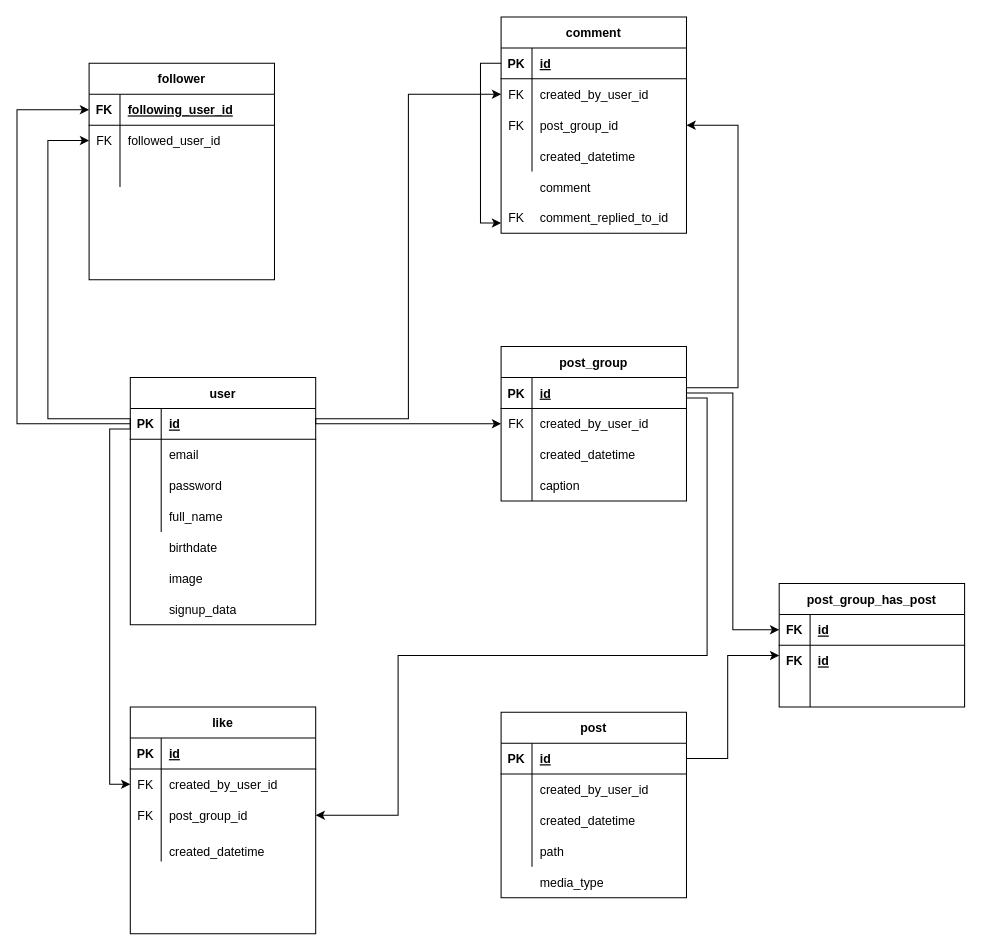
This is diagram.drawio from pok9/instargram, a draw.io file, before an edit. Source tidied: cells renumbered, new cells numbered last; positions are measured from the earlier drawing's top-left corner, leaving out a move shared by most shapes. Both pictures are drawn from the tidied source at 103%, with x=0, y=0 at pixel (16, 16).
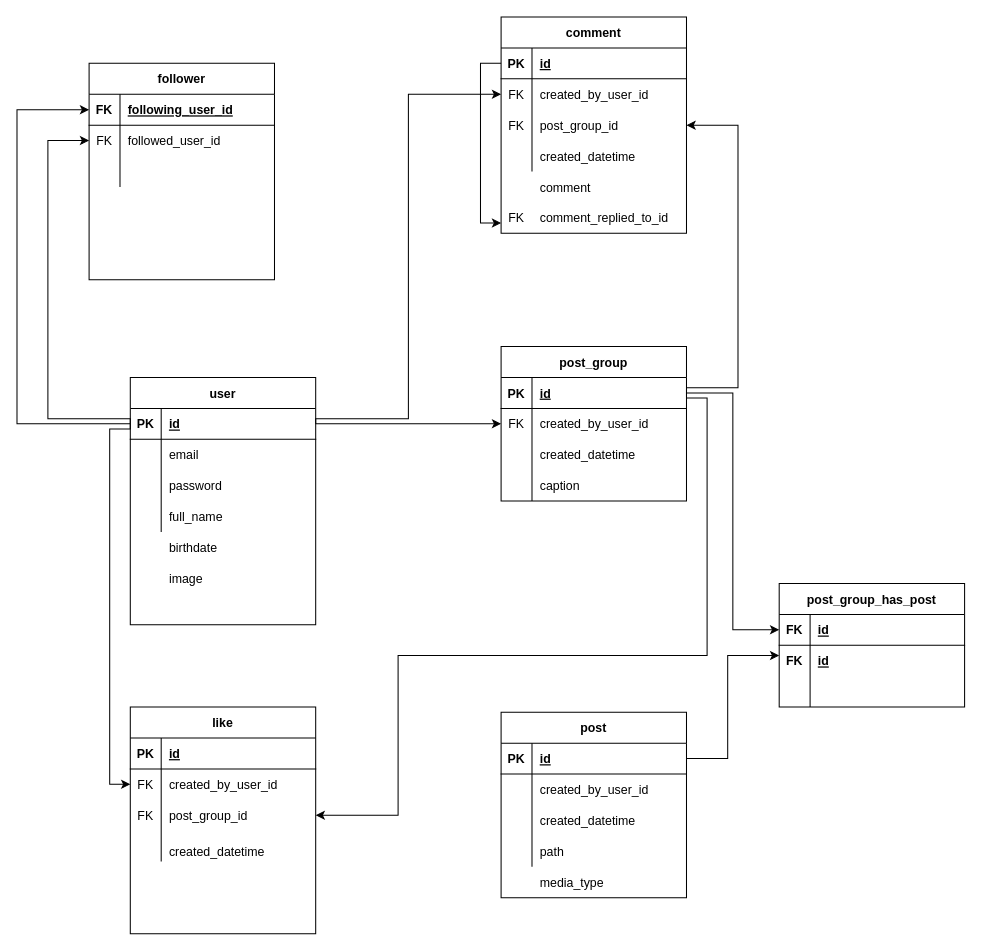
The same page after the edit.

Diff of the diagram source:
```diff
@@
-    <mxCell id="30" value="signup_data" style="shape=partialRectangle;fillColor=none;top=0;left=0;bottom=0;right=0;align=left;spacingLeft=6;overflow=hidden;" parent="1" vertex="1">
-      <mxGeometry x="140" y="560" width="150" height="30" as="geometry" />
-    </mxCell>
```
